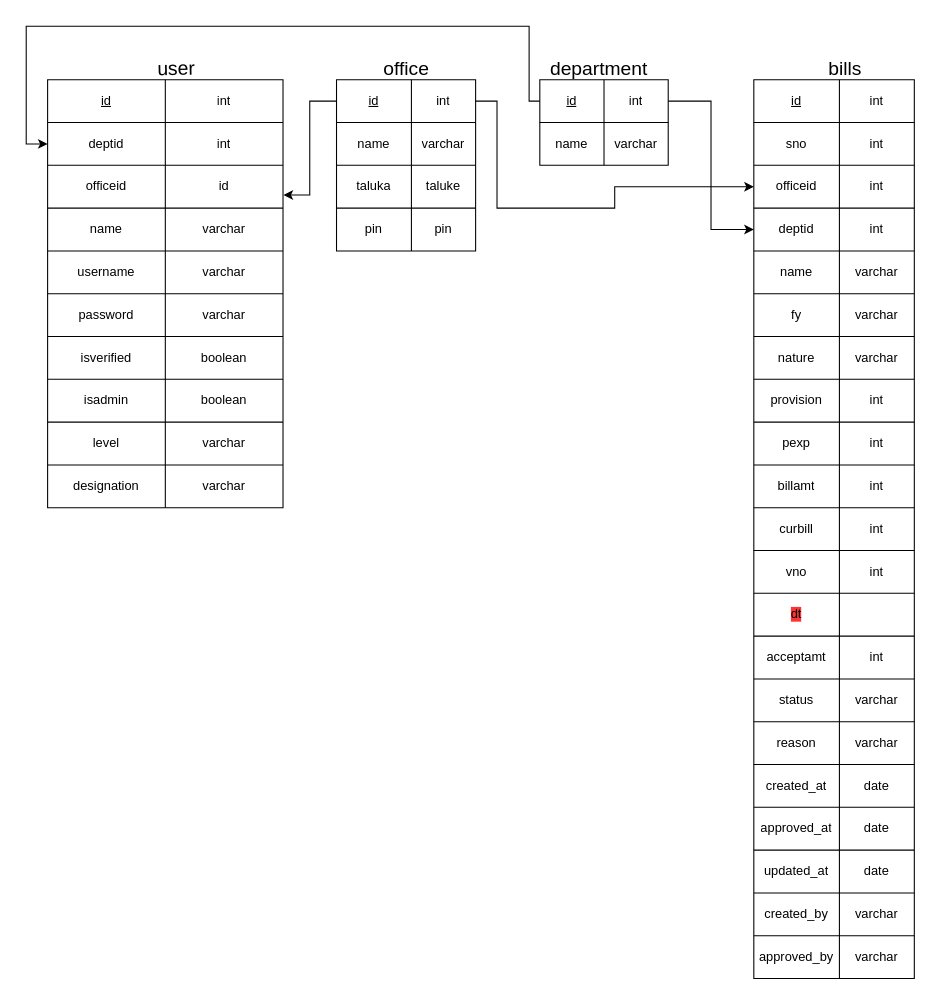
Above: ps_cms_db_design.drawio in sanketvarpe/ps_cms (draw.io), before the change. Source tidied: cells renumbered, new cells numbered last; positions are measured from the earlier drawing's top-left corner, leaving out a move shared by most shapes. Both pictures are drawn from the tidied source at 107%, with x=0, y=0 at pixel (26, 26).
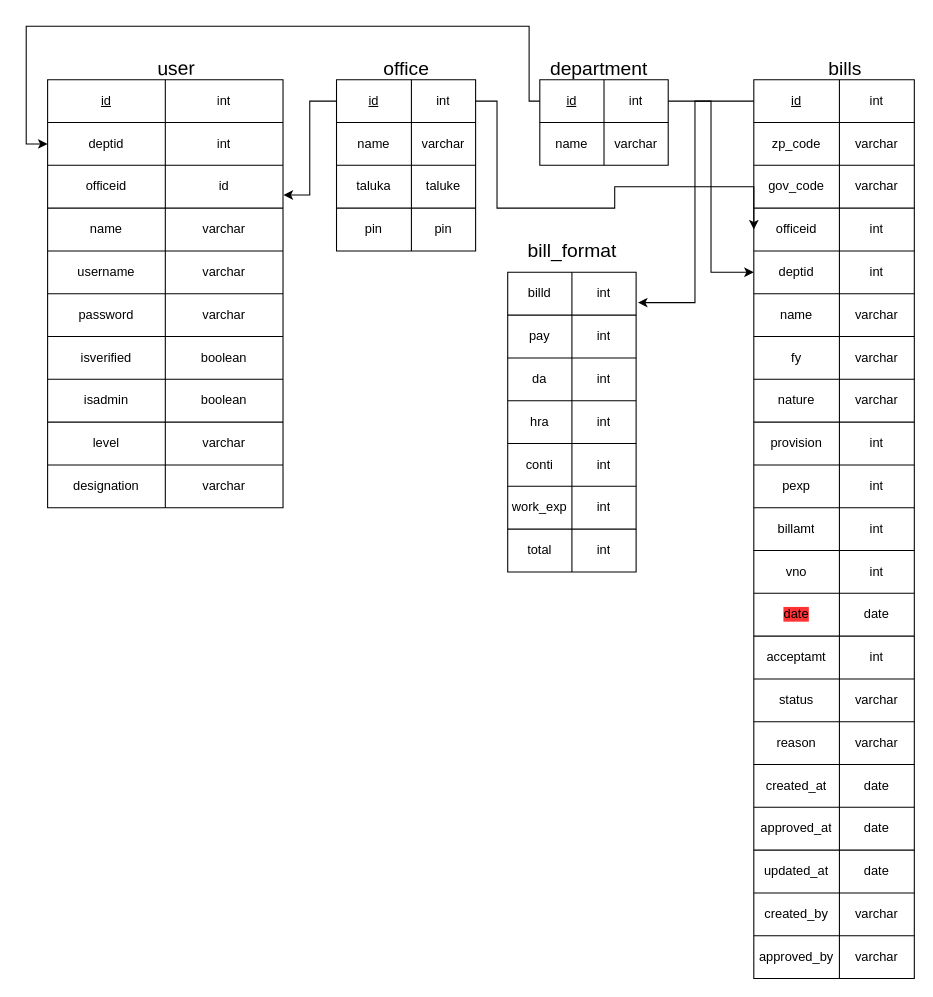
Above is the later version.

Commit message (it also covers changes not shown here):
httpserver created and tables modified

Unchanged cells that the change refers to:
```xml
<mxCell id="56" style="shape=table;html=1;whiteSpace=wrap;startSize=0;childLayout=tableLayout;" parent="1" vertex="1">
  <mxGeometry x="680" y="50" width="150" height="840" as="geometry" />
</mxCell>
<mxCell id="57" style="shape=partialRectangle;html=1;whiteSpace=wrap;fillColor=none;top=0;left=0;bottom=0;right=0;points=[[0,0.5],[1,0.5]];portConstraint=eastwest;" parent="56" vertex="1">
  <mxGeometry width="150" height="40" as="geometry" />
</mxCell>
<mxCell id="60" style="shape=partialRectangle;html=1;whiteSpace=wrap;fillColor=none;top=0;left=0;bottom=0;right=0;" parent="56" vertex="1">
  <mxGeometry y="40" width="150" height="40" as="geometry" />
</mxCell>
<mxCell id="93" style="shape=partialRectangle;html=1;whiteSpace=wrap;fillColor=none;top=0;left=0;bottom=0;right=0;" parent="56" vertex="1">
  <mxGeometry y="480" width="150" height="40" as="geometry" />
</mxCell>
```

Change to the diagram source:
```diff
@@
-    <mxCell id="61" value="sno" style="shape=partialRectangle;html=1;whiteSpace=wrap;overflow=hidden;fillColor=none;top=0;left=0;bottom=0;right=0;" parent="60" vertex="1">
-      <mxGeometry width="80" height="40" as="geometry" />
-    </mxCell>
-    <mxCell id="62" value="int" style="shape=partialRectangle;html=1;whiteSpace=wrap;overflow=hidden;fillColor=none;top=0;left=0;bottom=0;right=0;" parent="60" vertex="1">
-      <mxGeometry x="80" width="70" height="40" as="geometry" />
-    </mxCell>
+    <mxCell id="125" value="zp_code" style="shape=partialRectangle;html=1;whiteSpace=wrap;overflow=hidden;fillColor=none;top=0;left=0;bottom=0;right=0;" parent="60" vertex="1">
+      <mxGeometry width="80" height="40" as="geometry" />
+    </mxCell>
+    <mxCell id="126" value="varchar" style="shape=partialRectangle;html=1;whiteSpace=wrap;overflow=hidden;fillColor=none;top=0;left=0;bottom=0;right=0;" parent="60" vertex="1">
+      <mxGeometry x="80" width="70" height="40" as="geometry" />
+    </mxCell>
+    <mxCell id="127" style="shape=partialRectangle;html=1;whiteSpace=wrap;fillColor=none;top=0;left=0;bottom=0;right=0;" parent="56" vertex="1">
+      <mxGeometry y="80" width="150" height="40" as="geometry" />
+    </mxCell>
+    <mxCell id="128" value="gov_code" style="shape=partialRectangle;html=1;whiteSpace=wrap;overflow=hidden;fillColor=none;top=0;left=0;bottom=0;right=0;" parent="127" vertex="1">
+      <mxGeometry width="80" height="40" as="geometry" />
+    </mxCell>
+    <mxCell id="129" value="varchar" style="shape=partialRectangle;html=1;whiteSpace=wrap;overflow=hidden;fillColor=none;top=0;left=0;bottom=0;right=0;" parent="127" vertex="1">
+      <mxGeometry x="80" width="70" height="40" as="geometry" />
+    </mxCell>
     <mxCell id="63" style="shape=partialRectangle;html=1;whiteSpace=wrap;fillColor=none;top=0;left=0;bottom=0;right=0;points=[[0,0.5],[1,0.5]];portConstraint=eastwest;" parent="56" vertex="1">
-      <mxGeometry y="80" width="150" height="40" as="geometry" />
+      <mxGeometry y="120" width="150" height="40" as="geometry" />
     </mxCell>
@@
     <mxCell id="66" style="shape=partialRectangle;html=1;whiteSpace=wrap;fillColor=none;top=0;left=0;bottom=0;right=0;points=[[0,0.5],[1,0.5]];portConstraint=eastwest;" parent="56" vertex="1">
-      <mxGeometry y="120" width="150" height="40" as="geometry" />
+      <mxGeometry y="160" width="150" height="40" as="geometry" />
     </mxCell>
@@
     <mxCell id="69" style="shape=partialRectangle;html=1;whiteSpace=wrap;fillColor=none;top=0;left=0;bottom=0;right=0;" parent="56" vertex="1">
-      <mxGeometry y="160" width="150" height="40" as="geometry" />
+      <mxGeometry y="200" width="150" height="40" as="geometry" />
     </mxCell>
@@
     <mxCell id="72" style="shape=partialRectangle;html=1;whiteSpace=wrap;fillColor=none;top=0;left=0;bottom=0;right=0;" parent="56" vertex="1">
-      <mxGeometry y="200" width="150" height="40" as="geometry" />
+      <mxGeometry y="240" width="150" height="40" as="geometry" />
     </mxCell>
@@
     <mxCell id="75" style="shape=partialRectangle;html=1;whiteSpace=wrap;fillColor=none;top=0;left=0;bottom=0;right=0;" parent="56" vertex="1">
-      <mxGeometry y="240" width="150" height="40" as="geometry" />
+      <mxGeometry y="280" width="150" height="40" as="geometry" />
     </mxCell>
@@
     <mxCell id="78" style="shape=partialRectangle;html=1;whiteSpace=wrap;fillColor=none;top=0;left=0;bottom=0;right=0;" parent="56" vertex="1">
-      <mxGeometry y="280" width="150" height="40" as="geometry" />
+      <mxGeometry y="320" width="150" height="40" as="geometry" />
     </mxCell>
@@
     <mxCell id="81" style="shape=partialRectangle;html=1;whiteSpace=wrap;fillColor=none;top=0;left=0;bottom=0;right=0;" parent="56" vertex="1">
-      <mxGeometry y="320" width="150" height="40" as="geometry" />
+      <mxGeometry y="360" width="150" height="40" as="geometry" />
     </mxCell>
@@
     <mxCell id="84" style="shape=partialRectangle;html=1;whiteSpace=wrap;fillColor=none;top=0;left=0;bottom=0;right=0;" parent="56" vertex="1">
-      <mxGeometry y="360" width="150" height="40" as="geometry" />
+      <mxGeometry y="400" width="150" height="40" as="geometry" />
     </mxCell>
@@
-    <mxCell id="87" style="shape=partialRectangle;html=1;whiteSpace=wrap;fillColor=none;top=0;left=0;bottom=0;right=0;" parent="56" vertex="1">
-      <mxGeometry y="400" width="150" height="40" as="geometry" />
-    </mxCell>
-    <mxCell id="88" value="curbill" style="shape=partialRectangle;html=1;whiteSpace=wrap;overflow=hidden;fillColor=none;top=0;left=0;bottom=0;right=0;" parent="87" vertex="1">
-      <mxGeometry width="80" height="40" as="geometry" />
-    </mxCell>
-    <mxCell id="89" value="int" style="shape=partialRectangle;html=1;whiteSpace=wrap;overflow=hidden;fillColor=none;top=0;left=0;bottom=0;right=0;" parent="87" vertex="1">
-      <mxGeometry x="80" width="70" height="40" as="geometry" />
-    </mxCell>
@@
-    <mxCell id="94" value="&lt;span style=&quot;background-color: rgb(255 , 51 , 51)&quot;&gt;dt&lt;/span&gt;" style="shape=partialRectangle;html=1;whiteSpace=wrap;overflow=hidden;fillColor=none;top=0;left=0;bottom=0;right=0;" parent="93" vertex="1">
+    <mxCell id="94" value="&lt;span style=&quot;background-color: rgb(255 , 51 , 51)&quot;&gt;date&lt;/span&gt;" style="shape=partialRectangle;html=1;whiteSpace=wrap;overflow=hidden;fillColor=none;top=0;left=0;bottom=0;right=0;" parent="93" vertex="1">
       <mxGeometry width="80" height="40" as="geometry" />
     </mxCell>
-    <mxCell id="95" style="shape=partialRectangle;html=1;whiteSpace=wrap;overflow=hidden;fillColor=none;top=0;left=0;bottom=0;right=0;" parent="93" vertex="1">
+    <mxCell id="95" value="date" style="shape=partialRectangle;html=1;whiteSpace=wrap;overflow=hidden;fillColor=none;top=0;left=0;bottom=0;right=0;" parent="93" vertex="1">
       <mxGeometry x="80" width="70" height="40" as="geometry" />
     </mxCell>
@@
+    <mxCell id="130" style="shape=table;html=1;whiteSpace=wrap;startSize=0;childLayout=tableLayout;" parent="1" vertex="1">
+      <mxGeometry x="450" y="230" width="120" height="280" as="geometry" />
+    </mxCell>
+    <mxCell id="131" style="shape=partialRectangle;html=1;whiteSpace=wrap;fillColor=none;top=0;left=0;bottom=0;right=0;points=[[0,0.5],[1,0.5]];portConstraint=eastwest;" parent="130" vertex="1">
+      <mxGeometry width="120" height="40" as="geometry" />
+    </mxCell>
+    <mxCell id="132" value="billd" style="shape=partialRectangle;html=1;whiteSpace=wrap;overflow=hidden;fillColor=none;top=0;left=0;bottom=0;right=0;" parent="131" vertex="1">
+      <mxGeometry width="60" height="40" as="geometry" />
+    </mxCell>
+    <mxCell id="133" value="int" style="shape=partialRectangle;html=1;whiteSpace=wrap;overflow=hidden;fillColor=none;top=0;left=0;bottom=0;right=0;" parent="131" vertex="1">
+      <mxGeometry x="60" width="60" height="40" as="geometry" />
+    </mxCell>
+    <mxCell id="134" style="shape=partialRectangle;html=1;whiteSpace=wrap;fillColor=none;top=0;left=0;bottom=0;right=0;" parent="130" vertex="1">
+      <mxGeometry y="40" width="120" height="40" as="geometry" />
+    </mxCell>
+    <mxCell id="135" value="pay" style="shape=partialRectangle;html=1;whiteSpace=wrap;overflow=hidden;fillColor=none;top=0;left=0;bottom=0;right=0;" parent="134" vertex="1">
+      <mxGeometry width="60" height="40" as="geometry" />
+    </mxCell>
+    <mxCell id="136" value="int" style="shape=partialRectangle;html=1;whiteSpace=wrap;overflow=hidden;fillColor=none;top=0;left=0;bottom=0;right=0;" parent="134" vertex="1">
+      <mxGeometry x="60" width="60" height="40" as="geometry" />
+    </mxCell>
+    <mxCell id="137" style="shape=partialRectangle;html=1;whiteSpace=wrap;fillColor=none;top=0;left=0;bottom=0;right=0;" parent="130" vertex="1">
+      <mxGeometry y="80" width="120" height="40" as="geometry" />
+    </mxCell>
+    <mxCell id="138" value="da" style="shape=partialRectangle;html=1;whiteSpace=wrap;overflow=hidden;fillColor=none;top=0;left=0;bottom=0;right=0;" parent="137" vertex="1">
+      <mxGeometry width="60" height="40" as="geometry" />
+    </mxCell>
+    <mxCell id="139" value="int" style="shape=partialRectangle;html=1;whiteSpace=wrap;overflow=hidden;fillColor=none;top=0;left=0;bottom=0;right=0;" parent="137" vertex="1">
+      <mxGeometry x="60" width="60" height="40" as="geometry" />
+    </mxCell>
+    <mxCell id="140" style="shape=partialRectangle;html=1;whiteSpace=wrap;fillColor=none;top=0;left=0;bottom=0;right=0;" parent="130" vertex="1">
+      <mxGeometry y="120" width="120" height="40" as="geometry" />
+    </mxCell>
+    <mxCell id="141" value="hra" style="shape=partialRectangle;html=1;whiteSpace=wrap;overflow=hidden;fillColor=none;top=0;left=0;bottom=0;right=0;" parent="140" vertex="1">
+      <mxGeometry width="60" height="40" as="geometry" />
+    </mxCell>
+    <mxCell id="142" value="int" style="shape=partialRectangle;html=1;whiteSpace=wrap;overflow=hidden;fillColor=none;top=0;left=0;bottom=0;right=0;" parent="140" vertex="1">
+      <mxGeometry x="60" width="60" height="40" as="geometry" />
+    </mxCell>
+    <mxCell id="143" style="shape=partialRectangle;html=1;whiteSpace=wrap;fillColor=none;top=0;left=0;bottom=0;right=0;" parent="130" vertex="1">
+      <mxGeometry y="160" width="120" height="40" as="geometry" />
+    </mxCell>
+    <mxCell id="144" value="conti" style="shape=partialRectangle;html=1;whiteSpace=wrap;overflow=hidden;fillColor=none;top=0;left=0;bottom=0;right=0;" parent="143" vertex="1">
+      <mxGeometry width="60" height="40" as="geometry" />
+    </mxCell>
+    <mxCell id="145" value="int" style="shape=partialRectangle;html=1;whiteSpace=wrap;overflow=hidden;fillColor=none;top=0;left=0;bottom=0;right=0;" parent="143" vertex="1">
+      <mxGeometry x="60" width="60" height="40" as="geometry" />
+    </mxCell>
+    <mxCell id="146" style="shape=partialRectangle;html=1;whiteSpace=wrap;fillColor=none;top=0;left=0;bottom=0;right=0;" parent="130" vertex="1">
+      <mxGeometry y="200" width="120" height="40" as="geometry" />
+    </mxCell>
+    <mxCell id="147" value="work_exp" style="shape=partialRectangle;html=1;whiteSpace=wrap;overflow=hidden;fillColor=none;top=0;left=0;bottom=0;right=0;" parent="146" vertex="1">
+      <mxGeometry width="60" height="40" as="geometry" />
+    </mxCell>
+    <mxCell id="148" value="int" style="shape=partialRectangle;html=1;whiteSpace=wrap;overflow=hidden;fillColor=none;top=0;left=0;bottom=0;right=0;" parent="146" vertex="1">
+      <mxGeometry x="60" width="60" height="40" as="geometry" />
+    </mxCell>
+    <mxCell id="149" style="shape=partialRectangle;html=1;whiteSpace=wrap;fillColor=none;top=0;left=0;bottom=0;right=0;" parent="130" vertex="1">
+      <mxGeometry y="240" width="120" height="40" as="geometry" />
+    </mxCell>
+    <mxCell id="150" value="total" style="shape=partialRectangle;html=1;whiteSpace=wrap;overflow=hidden;fillColor=none;top=0;left=0;bottom=0;right=0;" parent="149" vertex="1">
+      <mxGeometry width="60" height="40" as="geometry" />
+    </mxCell>
+    <mxCell id="151" value="int" style="shape=partialRectangle;html=1;whiteSpace=wrap;overflow=hidden;fillColor=none;top=0;left=0;bottom=0;right=0;" parent="149" vertex="1">
+      <mxGeometry x="60" width="60" height="40" as="geometry" />
+    </mxCell>
+    <mxCell id="152" value="&lt;font style=&quot;font-size: 18px&quot;&gt;bill_format&lt;/font&gt;" style="text;html=1;align=center;verticalAlign=middle;strokeColor=none;" parent="1" vertex="1">
+      <mxGeometry x="460" y="200" width="100" height="20" as="geometry" />
+    </mxCell>
+    <mxCell id="153" style="edgeStyle=orthogonalEdgeStyle;rounded=0;jettySize=auto;html=1;entryX=1.014;entryY=0.708;entryDx=0;entryDy=0;entryPerimeter=0;" parent="1" edge="1" source="57" target="131">
+      <mxGeometry relative="1" as="geometry" />
+    </mxCell>
```
